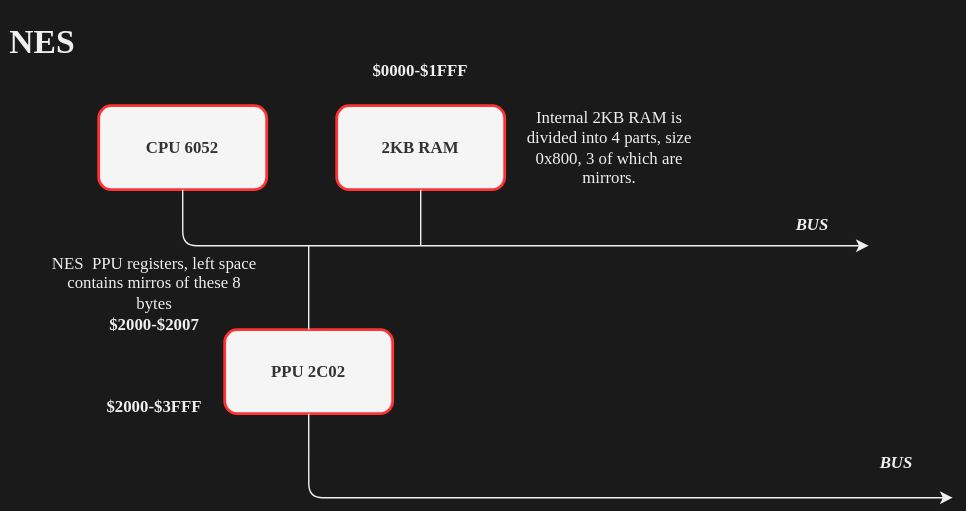
The draw.io diagram assets/nes_structure.svg in HangX-Ma/tinynes, before a commit. Source tidied: cells renumbered, new cells last; positions are measured from the earlier drawing's top-left corner, leaving out a move shared by most shapes.
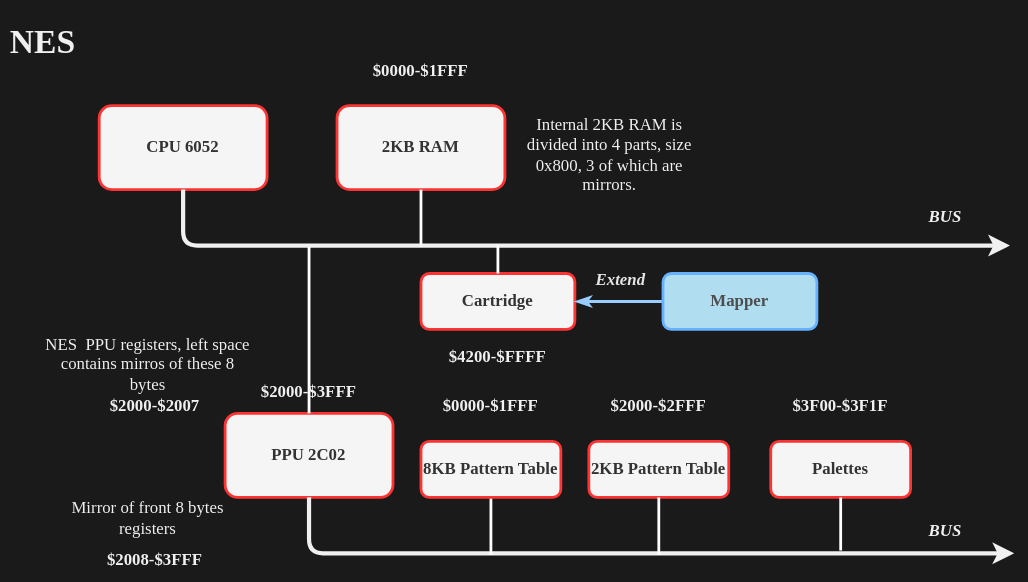
Above is the later version.

What changed in the source:
```diff
@@ -8,9 +8,9 @@
     <mxCell id="3" value="&lt;h1&gt;&lt;b&gt;NES&lt;/b&gt;&lt;/h1&gt;" style="text;align=center;html=1;verticalAlign=middle;whiteSpace=wrap;rounded=0;shadow=0;glass=0;labelBackgroundColor=none;sketch=0;fontFamily=Verdana;fillColor=none;fontColor=#F0F0F0;" parent="1" vertex="1">
       <mxGeometry width="60" height="30" as="geometry" />
     </mxCell>
-    <mxCell id="4" style="jettySize=auto;html=1;fontFamily=Verdana;endArrow=none;endFill=0;edgeStyle=orthogonalEdgeStyle;entryX=0.5;entryY=1;entryDx=0;entryDy=0;startArrow=classic;startFill=1;strokeColor=#F0F0F0;" parent="1" edge="1" target="2">
+    <mxCell id="4" style="jettySize=auto;html=1;fontFamily=Verdana;endArrow=none;endFill=0;edgeStyle=orthogonalEdgeStyle;entryX=0.5;entryY=1;entryDx=0;entryDy=0;startArrow=classic;startFill=1;strokeColor=#F0F0F0;strokeWidth=3;" parent="1" edge="1" target="2">
       <mxGeometry relative="1" as="geometry">
-        <mxPoint x="620" y="160" as="sourcePoint" />
+        <mxPoint x="721" y="160" as="sourcePoint" />
         <Array as="points">
           <mxPoint x="130" y="160" />
         </Array>
@@ -19,7 +19,7 @@
     <mxCell id="5" value="2KB RAM" style="whiteSpace=wrap;html=1;fontFamily=Verdana;fontStyle=1;labelBackgroundColor=none;rounded=1;glass=0;shadow=0;fillColor=#f5f5f5;strokeColor=#FF3333;fillStyle=solid;fontColor=#333333;labelBorderColor=none;strokeWidth=2;" parent="1" vertex="1">
       <mxGeometry x="240" y="60" width="120" height="60" as="geometry" />
     </mxCell>
-    <mxCell id="6" style="edgeStyle=none;jettySize=auto;html=1;fontFamily=Verdana;endArrow=none;endFill=0;exitX=0.5;exitY=1;exitDx=0;exitDy=0;strokeColor=#F0F0F0;" parent="1" edge="1" source="5">
+    <mxCell id="6" style="edgeStyle=none;jettySize=auto;html=1;fontFamily=Verdana;endArrow=none;endFill=0;exitX=0.5;exitY=1;exitDx=0;exitDy=0;strokeColor=#FFFFFF;strokeWidth=2;" parent="1" edge="1" source="5">
       <mxGeometry relative="1" as="geometry">
         <mxPoint x="300" y="160" as="targetPoint" />
       </mxGeometry>
@@ -28,38 +28,97 @@
       <mxGeometry x="270" y="20" width="60" height="30" as="geometry" />
     </mxCell>
     <mxCell id="8" value="Internal 2KB RAM is divided into 4 parts, size 0x800, 3 of which are mirrors." style="text;align=center;html=1;verticalAlign=middle;whiteSpace=wrap;rounded=0;shadow=0;glass=0;labelBackgroundColor=none;sketch=0;fontFamily=Verdana;fillColor=none;fontColor=#F0F0F0;" parent="1" vertex="1">
-      <mxGeometry x="370" y="75" width="130" height="30" as="geometry" />
+      <mxGeometry x="370" y="80" width="130" height="30" as="geometry" />
     </mxCell>
     <mxCell id="9" value="BUS" style="text;align=center;html=1;verticalAlign=middle;whiteSpace=wrap;rounded=0;shadow=0;glass=0;labelBackgroundColor=none;sketch=0;fontFamily=Verdana;fontStyle=3;fillColor=none;fontColor=#F0F0F0;" parent="1" vertex="1">
-      <mxGeometry x="550" y="130" width="60" height="30" as="geometry" />
+      <mxGeometry x="645" y="125" width="60" height="30" as="geometry" />
     </mxCell>
     <mxCell id="10" value="PPU 2C02" style="whiteSpace=wrap;html=1;fontFamily=Verdana;fontStyle=1;labelBackgroundColor=none;rounded=1;glass=0;shadow=0;fillColor=#f5f5f5;strokeColor=#FF3333;fillStyle=solid;fontColor=#333333;labelBorderColor=none;strokeWidth=2;" parent="1" vertex="1">
-      <mxGeometry x="160" y="220" width="120" height="60" as="geometry" />
+      <mxGeometry x="160" y="280" width="120" height="60" as="geometry" />
     </mxCell>
-    <mxCell id="11" style="edgeStyle=none;jettySize=auto;html=1;fontFamily=Verdana;startArrow=none;startFill=0;endArrow=none;endFill=0;entryX=0.5;entryY=0;entryDx=0;entryDy=0;verticalAlign=middle;strokeColor=#F0F0F0;" parent="1" edge="1" target="10">
+    <mxCell id="11" style="edgeStyle=none;jettySize=auto;html=1;fontFamily=Verdana;startArrow=none;startFill=0;endArrow=none;endFill=0;entryX=0.5;entryY=0;entryDx=0;entryDy=0;verticalAlign=middle;strokeColor=#FFFFFF;strokeWidth=2;" parent="1" edge="1" target="10">
       <mxGeometry relative="1" as="geometry">
-        <mxPoint x="220" y="160" as="sourcePoint" />
+        <mxPoint x="220" y="161" as="sourcePoint" />
       </mxGeometry>
     </mxCell>
     <mxCell id="12" value="&lt;b&gt;$2000-$3FFF&lt;/b&gt;" style="text;align=center;html=1;verticalAlign=middle;whiteSpace=wrap;rounded=0;shadow=0;glass=0;labelBackgroundColor=none;sketch=0;fontFamily=Verdana;fillColor=none;fontColor=#F0F0F0;" parent="1" vertex="1">
-      <mxGeometry x="80" y="260" width="60" height="30" as="geometry" />
+      <mxGeometry x="190" y="250" width="60" height="30" as="geometry" />
     </mxCell>
     <mxCell id="13" value="NES&amp;nbsp; PPU registers, left space contains mirros of these 8 bytes" style="text;align=center;html=1;verticalAlign=middle;whiteSpace=wrap;rounded=0;shadow=0;glass=0;labelBackgroundColor=none;sketch=0;fontFamily=Verdana;fillColor=none;fontColor=#F0F0F0;" parent="1" vertex="1">
-      <mxGeometry x="35" y="172" width="150" height="30" as="geometry" />
+      <mxGeometry x="30" y="230" width="150" height="30" as="geometry" />
     </mxCell>
     <mxCell id="14" value="&lt;b&gt;$2000-$2007&lt;br&gt;&lt;/b&gt;" style="text;align=center;html=1;verticalAlign=middle;whiteSpace=wrap;rounded=0;shadow=0;glass=0;labelBackgroundColor=none;sketch=0;fontFamily=Verdana;fillColor=none;fontColor=#F0F0F0;" parent="1" vertex="1">
-      <mxGeometry x="80" y="202" width="60" height="30" as="geometry" />
+      <mxGeometry x="80" y="260" width="60" height="30" as="geometry" />
     </mxCell>
-    <mxCell id="15" style="jettySize=auto;html=1;fontFamily=Verdana;endArrow=none;endFill=0;edgeStyle=orthogonalEdgeStyle;startArrow=classic;startFill=1;entryX=0.5;entryY=1;entryDx=0;entryDy=0;strokeColor=#F0F0F0;" parent="1" edge="1" target="10">
+    <mxCell id="15" style="jettySize=auto;html=1;fontFamily=Verdana;endArrow=none;endFill=0;edgeStyle=orthogonalEdgeStyle;startArrow=classic;startFill=1;entryX=0.5;entryY=1;entryDx=0;entryDy=0;strokeColor=#F0F0F0;strokeWidth=3;jumpStyle=none;" parent="1" edge="1" target="10">
       <mxGeometry relative="1" as="geometry">
-        <mxPoint x="680" y="340" as="sourcePoint" />
+        <mxPoint x="724" y="380" as="sourcePoint" />
         <Array as="points">
-          <mxPoint x="220" y="340" />
+          <mxPoint x="220" y="380" />
         </Array>
       </mxGeometry>
     </mxCell>
     <mxCell id="16" value="BUS" style="text;align=center;html=1;verticalAlign=middle;whiteSpace=wrap;rounded=0;shadow=0;glass=0;labelBackgroundColor=none;sketch=0;fontFamily=Verdana;fontStyle=3;fillColor=none;fontColor=#F0F0F0;" parent="1" vertex="1">
-      <mxGeometry x="610" y="300" width="60" height="30" as="geometry" />
+      <mxGeometry x="645" y="349" width="60" height="30" as="geometry" />
     </mxCell>
+    <mxCell id="17" style="html=1;exitX=0.5;exitY=1;exitDx=0;exitDy=0;endArrow=none;endFill=0;strokeColor=#FFFFFF;strokeWidth=2;" parent="1" edge="1" source="18">
+      <mxGeometry relative="1" as="geometry">
+        <mxPoint x="350" y="381" as="targetPoint" />
+      </mxGeometry>
+    </mxCell>
+    <mxCell id="18" value="8KB Pattern Table" style="whiteSpace=wrap;html=1;fontFamily=Verdana;fontStyle=1;labelBackgroundColor=none;rounded=1;glass=0;shadow=0;fillColor=#f5f5f5;strokeColor=#FF3333;fillStyle=solid;fontColor=#333333;labelBorderColor=none;strokeWidth=2;" parent="1" vertex="1">
+      <mxGeometry x="300" y="300" width="100" height="40" as="geometry" />
+    </mxCell>
+    <mxCell id="19" value="2KB Pattern Table" style="whiteSpace=wrap;html=1;fontFamily=Verdana;fontStyle=1;labelBackgroundColor=none;rounded=1;glass=0;shadow=0;fillColor=#f5f5f5;strokeColor=#FF3333;fillStyle=solid;fontColor=#333333;labelBorderColor=none;strokeWidth=2;" parent="1" vertex="1">
+      <mxGeometry x="420" y="300" width="100" height="40" as="geometry" />
+    </mxCell>
+    <mxCell id="20" value="Palettes" style="whiteSpace=wrap;html=1;fontFamily=Verdana;fontStyle=1;labelBackgroundColor=none;rounded=1;glass=0;shadow=0;fillColor=#f5f5f5;strokeColor=#FF3333;fillStyle=solid;fontColor=#333333;labelBorderColor=none;strokeWidth=2;" parent="1" vertex="1">
+      <mxGeometry x="550" y="300" width="100" height="40" as="geometry" />
+    </mxCell>
+    <mxCell id="21" style="edgeStyle=none;html=1;endArrow=none;endFill=0;exitX=0.5;exitY=1;exitDx=0;exitDy=0;strokeColor=#FFFFFF;strokeWidth=2;" parent="1" edge="1" source="19">
+      <mxGeometry relative="1" as="geometry">
+        <mxPoint x="470" y="381" as="targetPoint" />
+      </mxGeometry>
+    </mxCell>
+    <mxCell id="22" style="edgeStyle=none;html=1;endArrow=none;endFill=0;exitX=0.5;exitY=1;exitDx=0;exitDy=0;strokeColor=#FFFFFF;strokeWidth=2;" parent="1" edge="1" source="20">
+      <mxGeometry relative="1" as="geometry">
+        <mxPoint x="600" y="378" as="targetPoint" />
+      </mxGeometry>
+    </mxCell>
+    <mxCell id="23" value="&lt;b&gt;$0000-$1FFF&lt;/b&gt;" style="text;align=center;html=1;verticalAlign=middle;whiteSpace=wrap;rounded=0;shadow=0;glass=0;labelBackgroundColor=none;sketch=0;fontFamily=Verdana;fillColor=none;fontColor=#F0F0F0;" parent="1" vertex="1">
+      <mxGeometry x="320" y="260" width="60" height="30" as="geometry" />
+    </mxCell>
+    <mxCell id="24" value="&lt;b&gt;$2000-$2FFF&lt;/b&gt;" style="text;align=center;html=1;verticalAlign=middle;whiteSpace=wrap;rounded=0;shadow=0;glass=0;labelBackgroundColor=none;sketch=0;fontFamily=Verdana;fillColor=none;fontColor=#F0F0F0;" parent="1" vertex="1">
+      <mxGeometry x="440" y="260" width="60" height="30" as="geometry" />
+    </mxCell>
+    <mxCell id="25" value="&lt;b&gt;$3F00-$3F1F&lt;/b&gt;" style="text;align=center;html=1;verticalAlign=middle;whiteSpace=wrap;rounded=0;shadow=0;glass=0;labelBackgroundColor=none;sketch=0;fontFamily=Verdana;fillColor=none;fontColor=#F0F0F0;" parent="1" vertex="1">
+      <mxGeometry x="570" y="260" width="60" height="30" as="geometry" />
+    </mxCell>
+    <mxCell id="26" value="&lt;b&gt;$2008-$3FFF&lt;/b&gt;" style="text;align=center;html=1;verticalAlign=middle;whiteSpace=wrap;rounded=0;shadow=0;glass=0;labelBackgroundColor=none;sketch=0;fontFamily=Verdana;fillColor=none;fontColor=#F0F0F0;" parent="1" vertex="1">
+      <mxGeometry x="80" y="370" width="60" height="30" as="geometry" />
+    </mxCell>
+    <mxCell id="27" value="Mirror of front 8 bytes registers" style="text;align=center;html=1;verticalAlign=middle;whiteSpace=wrap;rounded=0;shadow=0;glass=0;labelBackgroundColor=none;sketch=0;fontFamily=Verdana;fillColor=none;fontColor=#F0F0F0;" parent="1" vertex="1">
+      <mxGeometry x="30" y="340" width="150" height="30" as="geometry" />
+    </mxCell>
+    <mxCell id="28" value="Cartridge" style="whiteSpace=wrap;html=1;fontFamily=Verdana;fontStyle=1;labelBackgroundColor=none;rounded=1;glass=0;shadow=0;fillColor=#f5f5f5;strokeColor=#FF3333;fillStyle=solid;fontColor=#333333;labelBorderColor=none;strokeWidth=2;" parent="1" vertex="1">
+      <mxGeometry x="300" y="180" width="110" height="40" as="geometry" />
+    </mxCell>
+    <mxCell id="29" style="edgeStyle=none;jettySize=auto;html=1;fontFamily=Verdana;endArrow=none;endFill=0;strokeColor=#FFFFFF;entryX=0.5;entryY=0;entryDx=0;entryDy=0;strokeWidth=2;" parent="1" edge="1" target="28">
+      <mxGeometry relative="1" as="geometry">
+        <mxPoint x="355" y="160" as="sourcePoint" />
+      </mxGeometry>
+    </mxCell>
+    <mxCell id="30" value="&lt;b&gt;$4200-$FFFF&lt;/b&gt;" style="text;align=center;html=1;verticalAlign=middle;whiteSpace=wrap;rounded=0;shadow=0;glass=0;labelBackgroundColor=none;sketch=0;fontFamily=Verdana;fillColor=none;fontColor=#F0F0F0;" parent="1" vertex="1">
+      <mxGeometry x="325" y="225" width="60" height="30" as="geometry" />
+    </mxCell>
+    <mxCell id="31" style="edgeStyle=none;jumpStyle=none;html=1;exitX=0;exitY=0.5;exitDx=0;exitDy=0;entryX=1;entryY=0.5;entryDx=0;entryDy=0;strokeWidth=2;fontColor=#4D4D4D;endArrow=classicThin;endFill=1;startArrow=none;startFill=0;strokeColor=#99CCFF;" parent="1" edge="1" source="32" target="28">
+      <mxGeometry relative="1" as="geometry" />
+    </mxCell>
+    <mxCell id="32" value="&lt;font&gt;Mapper&lt;/font&gt;" style="whiteSpace=wrap;html=1;fontFamily=Verdana;fontStyle=1;labelBackgroundColor=none;rounded=1;glass=0;shadow=0;fillColor=#b1ddf0;strokeColor=#66B2FF;fillStyle=solid;labelBorderColor=none;strokeWidth=2;fontColor=#4D4D4D;" parent="1" vertex="1">
+      <mxGeometry x="473" y="180" width="110" height="40" as="geometry" />
+    </mxCell>
+    <mxCell id="33" value="&lt;font face=&quot;Verdana&quot;&gt;&lt;span&gt;&lt;b&gt;&lt;i&gt;Extend&lt;/i&gt;&lt;/b&gt;&lt;/span&gt;&lt;/font&gt;" style="text;strokeColor=none;align=center;fillColor=none;html=1;verticalAlign=middle;whiteSpace=wrap;rounded=0;fontColor=#E6E6E6;fontStyle=0;" parent="1" vertex="1">
+      <mxGeometry x="413" y="170" width="60" height="30" as="geometry" />
+    </mxCell>
   </root>
 </mxGraphModel>
```
